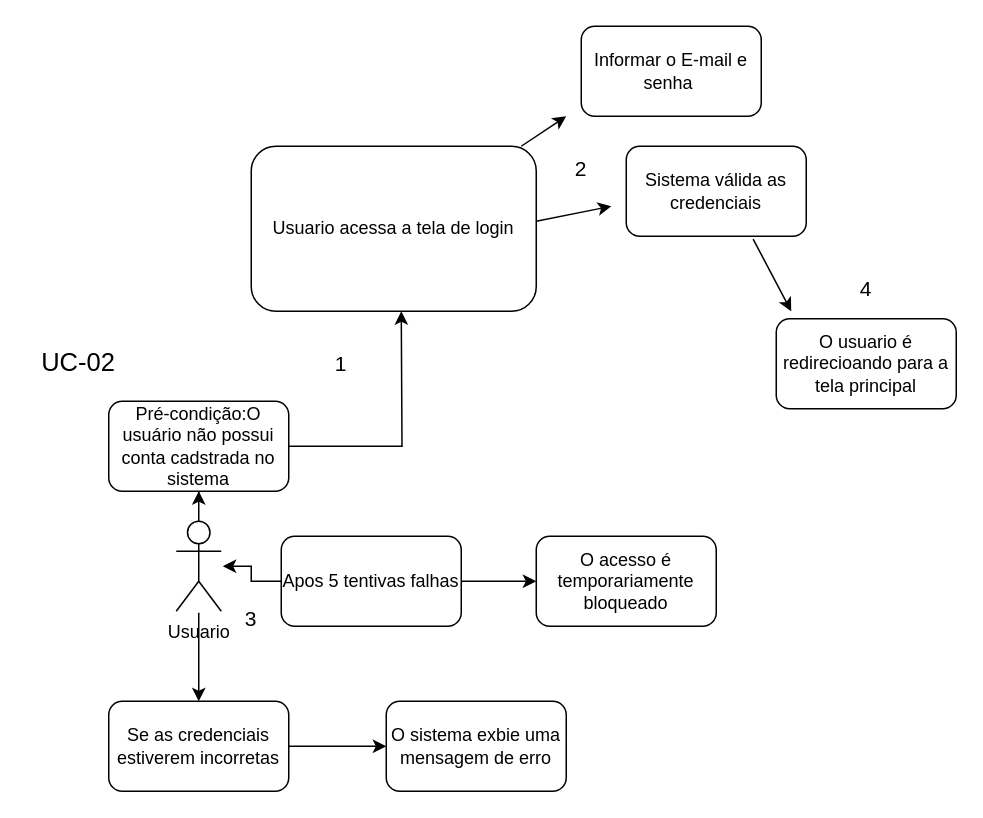
lorenzodp-dev/HabitDisc keeps this draw.io diagram as docs/diagramas_uml/diagramas_uc/uc2.drawio. Above is the earlier version. Source tidied: cells renumbered, new cells numbered last; positions are measured from the earlier drawing's top-left corner, leaving out a move shared by most shapes. Both pictures are drawn from the tidied source at 150%, with x=0, y=0 at pixel (26, 26).
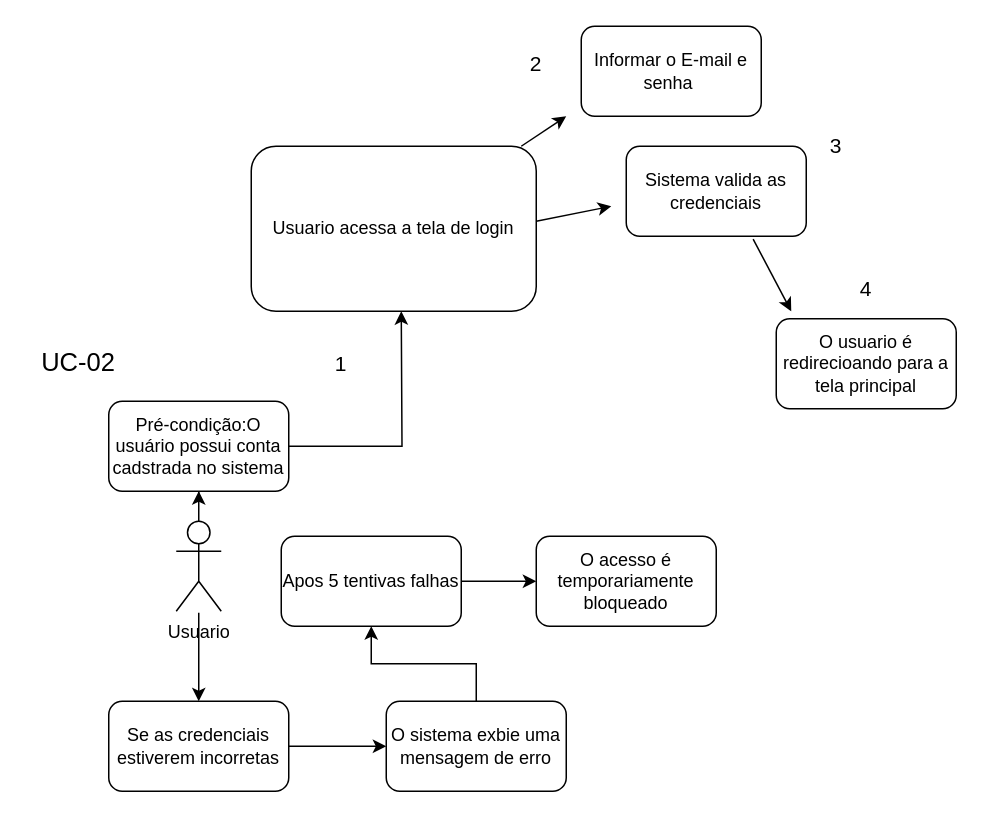
After the change.

The change refers to these unchanged cells:
```xml
<mxCell id="4" value="Usuario&lt;div&gt;&lt;br&gt;&lt;/div&gt;" style="shape=umlActor;verticalLabelPosition=bottom;verticalAlign=top;html=1;strokeWidth=1;perimeterSpacing=1;" parent="1" vertex="1">
  <mxGeometry x="100" y="330" width="30" height="60" as="geometry" />
</mxCell>
<mxCell id="15" value="O sistema exbie uma mensagem de erro" style="rounded=1;whiteSpace=wrap;html=1;" parent="1" vertex="1">
  <mxGeometry x="240" y="450" width="120" height="60" as="geometry" />
</mxCell>
<mxCell id="18" value="Apos 5 tentivas falhas" style="rounded=1;whiteSpace=wrap;html=1;" parent="1" vertex="1">
  <mxGeometry x="170" y="340" width="120" height="60" as="geometry" />
</mxCell>
```

The edit, as a diff of the source:
```diff
@@
-    <mxCell id="7" value="Pré-condição:O usuário não possui conta cadstrada no sistema" style="rounded=1;whiteSpace=wrap;html=1;" parent="1" vertex="1">
+    <mxCell id="7" value="Pré-condição:O usuário possui conta cadstrada no sistema" style="rounded=1;whiteSpace=wrap;html=1;" parent="1" vertex="1">
       <mxGeometry x="55" y="250" width="120" height="60" as="geometry" />
     </mxCell>
@@
-    <mxCell id="12" value="Sistema válida as credenciais" style="rounded=1;whiteSpace=wrap;html=1;" parent="1" vertex="1">
+    <mxCell id="12" value="Sistema valida as credenciais" style="rounded=1;whiteSpace=wrap;html=1;" parent="1" vertex="1">
       <mxGeometry x="400" y="80" width="120" height="60" as="geometry" />
     </mxCell>
@@
+    <mxCell id="26" style="edgeStyle=orthogonalEdgeStyle;rounded=0;jettySize=auto;html=1;" parent="1" edge="1" source="15" target="18">
+      <mxGeometry relative="1" as="geometry" />
+    </mxCell>
@@
-    <mxCell id="16" style="edgeStyle=orthogonalEdgeStyle;rounded=0;jettySize=auto;html=1;" parent="1" edge="1" source="18" target="4">
-      <mxGeometry relative="1" as="geometry" />
-    </mxCell>
@@
     <mxCell id="23" value="2" style="text;html=1;whiteSpace=wrap;strokeColor=none;fillColor=none;align=center;verticalAlign=middle;rounded=0;fontSize=14;" parent="1" vertex="1">
-      <mxGeometry x="340" y="80" width="60" height="30" as="geometry" />
+      <mxGeometry x="310" y="10" width="60" height="30" as="geometry" />
     </mxCell>
     <mxCell id="24" value="3" style="text;html=1;whiteSpace=wrap;strokeColor=none;fillColor=none;align=center;verticalAlign=middle;rounded=0;fontSize=14;" parent="1" vertex="1">
-      <mxGeometry x="120" y="380" width="60" height="30" as="geometry" />
+      <mxGeometry x="510" y="70" width="60" height="20" as="geometry" />
     </mxCell>
```
